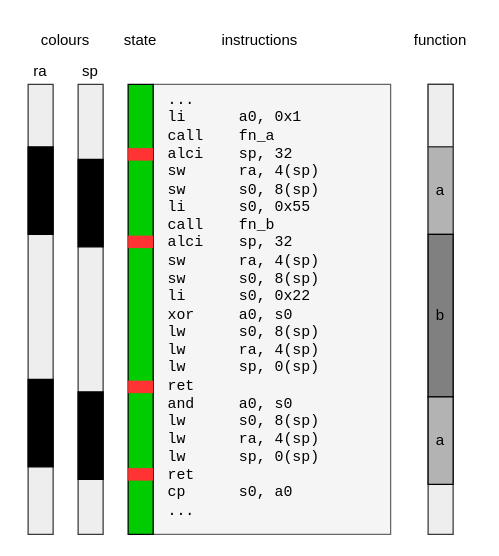
Before: docs/svg/vio_stack_colors.drawio in UniStuttgart-IKR/vio, a draw.io diagram. Source tidied: cells renumbered, new cells numbered last; positions are measured from the earlier drawing's top-left corner, leaving out a move shared by most shapes. Both pictures are drawn from the tidied source at 125%, with x=0, y=0 at pixel (21, 21).
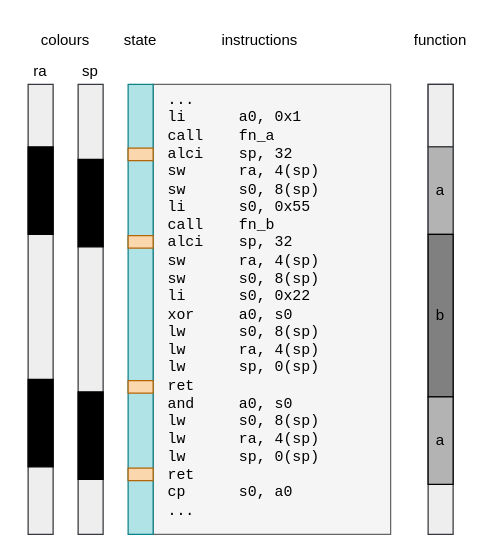
After the change.

Change to the diagram source:
```diff
@@
-    <mxCell id="19" style="rounded=0;whiteSpace=wrap;html=1;fillColor=#00CC00;strokeColor=default;" parent="1" vertex="1">
+    <mxCell id="19" style="rounded=0;whiteSpace=wrap;html=1;fillColor=#b0e3e6;strokeColor=#0e8088;" parent="1" vertex="1">
       <mxGeometry x="85" y="50" width="20" height="360" as="geometry" />
     </mxCell>
-    <mxCell id="20" style="rounded=0;whiteSpace=wrap;html=1;fillColor=#FF3333;strokeColor=none;" parent="1" vertex="1">
+    <mxCell id="20" style="rounded=0;whiteSpace=wrap;html=1;fillColor=#fad7ac;strokeColor=#b46504;" parent="1" vertex="1">
       <mxGeometry x="85" y="287" width="20" height="10" as="geometry" />
     </mxCell>
-    <mxCell id="21" style="rounded=0;whiteSpace=wrap;html=1;fillColor=#FF3333;strokeColor=none;" parent="1" vertex="1">
+    <mxCell id="21" style="rounded=0;whiteSpace=wrap;html=1;fillColor=#fad7ac;strokeColor=#b46504;" parent="1" vertex="1">
       <mxGeometry x="85" y="357" width="20" height="10" as="geometry" />
     </mxCell>
-    <mxCell id="22" style="rounded=0;whiteSpace=wrap;html=1;fillColor=#FF3333;strokeColor=none;" parent="1" vertex="1">
+    <mxCell id="22" style="rounded=0;whiteSpace=wrap;html=1;fillColor=#fad7ac;strokeColor=#b46504;" parent="1" vertex="1">
       <mxGeometry x="85" y="171" width="20" height="10" as="geometry" />
     </mxCell>
-    <mxCell id="23" style="rounded=0;whiteSpace=wrap;html=1;fillColor=#FF3333;strokeColor=none;" parent="1" vertex="1">
+    <mxCell id="23" style="rounded=0;whiteSpace=wrap;html=1;fillColor=#fad7ac;strokeColor=#b46504;" parent="1" vertex="1">
       <mxGeometry x="85" y="101" width="20" height="10" as="geometry" />
     </mxCell>
```
